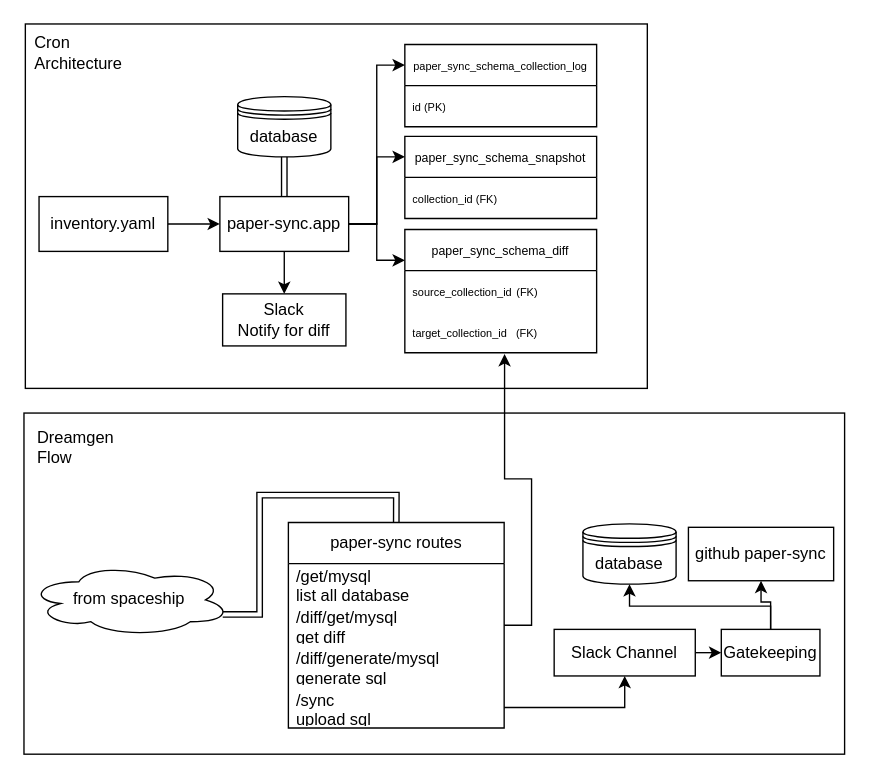
Above: paper-sync-dreamgen/paper-sync.drawio in mohamadfhatir/diagram (draw.io), before the change. Source tidied: cells renumbered, new cells numbered last; positions are measured from the earlier drawing's top-left corner, leaving out a move shared by most shapes. Both pictures are drawn from the tidied source at 137%, with x=0, y=0 at pixel (23, 23).
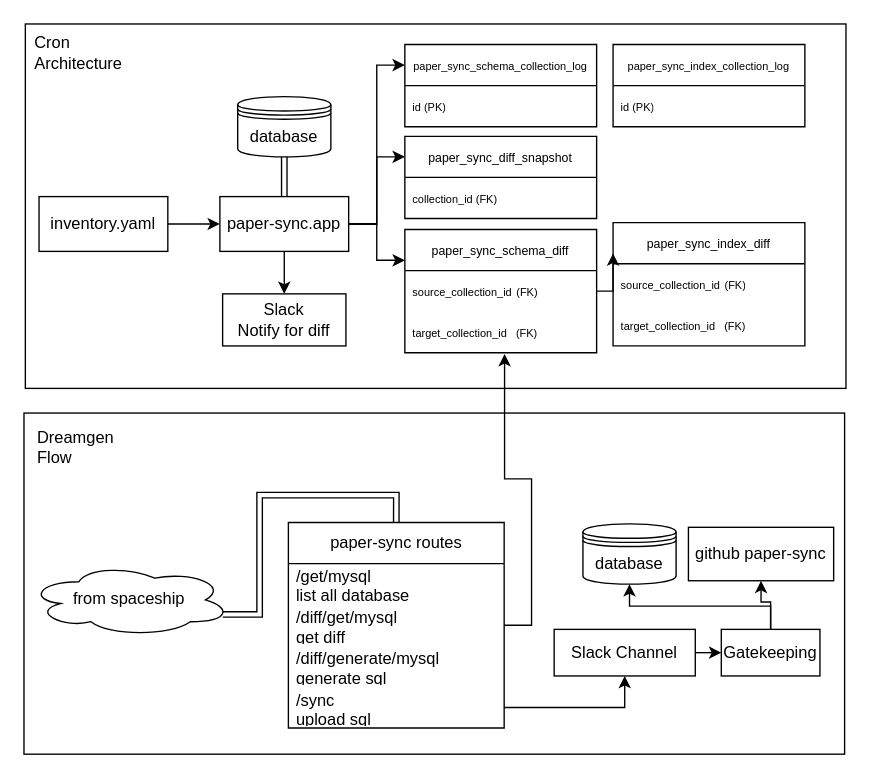
The same page after the edit.

The change refers to these unchanged cells:
```xml
<mxCell id="37" value="&lt;span&gt;&lt;/span&gt;&lt;span style=&quot;font-size: 8px; white-space-collapse: preserve;&quot;&gt;source_collection_id&lt;/span&gt;&amp;nbsp;&lt;font style=&quot;font-size: 8px;&quot;&gt;(FK)&lt;/font&gt;" style="text;strokeColor=none;fillColor=none;align=left;verticalAlign=middle;spacingLeft=4;spacingRight=4;overflow=hidden;points=[[0,0.5],[1,0.5]];portConstraint=eastwest;whiteSpace=wrap;html=1;" parent="36" vertex="1">
  <mxGeometry y="30" width="140" height="30" as="geometry" />
</mxCell>
```

Change to the diagram source:
```diff
@@
     <mxCell id="2" style="rounded=0;whiteSpace=wrap;html=1;" parent="1" vertex="1">
-      <mxGeometry x="1" width="454" height="266" as="geometry" />
+      <mxGeometry x="1" width="599" height="266" as="geometry" />
     </mxCell>
@@
-    <mxCell id="14" value="&lt;span&gt;&lt;/span&gt;&lt;span&gt;&lt;/span&gt;&lt;span&gt;&lt;/span&gt;&lt;span style=&quot;white-space-collapse: preserve;&quot;&gt;&lt;font style=&quot;font-size: 9px;&quot;&gt;paper_sync_schema_snapshot&lt;/font&gt;&lt;/span&gt;" style="swimlane;fontStyle=0;horizontal=1;startSize=30;whiteSpace=wrap;html=1;" parent="1" vertex="1">
+    <mxCell id="14" value="&lt;span&gt;&lt;/span&gt;&lt;span&gt;&lt;/span&gt;&lt;span&gt;&lt;/span&gt;&lt;span style=&quot;white-space-collapse: preserve;&quot;&gt;&lt;font style=&quot;font-size: 9px;&quot;&gt;paper_sync_diff_snapshot&lt;/font&gt;&lt;/span&gt;" style="swimlane;fontStyle=0;horizontal=1;startSize=30;whiteSpace=wrap;html=1;" parent="1" vertex="1">
       <mxGeometry x="278" y="82" width="140" height="60" as="geometry" />
     </mxCell>
@@
+    <mxCell id="40" value="&lt;span&gt;&lt;/span&gt;&lt;span&gt;&lt;/span&gt;&lt;span style=&quot;white-space-collapse: preserve;&quot;&gt;&lt;font style=&quot;font-size: 8px;&quot;&gt;paper_sync_index_collection_log&lt;/font&gt;&lt;/span&gt;" style="swimlane;fontStyle=0;horizontal=1;startSize=30;whiteSpace=wrap;html=1;" parent="1" vertex="1">
+      <mxGeometry x="430" y="15" width="140" height="60" as="geometry" />
+    </mxCell>
+    <mxCell id="41" value="&lt;span&gt;&lt;/span&gt;&lt;span&gt;&lt;/span&gt;&lt;span style=&quot;white-space-collapse: preserve;&quot;&gt;&lt;font style=&quot;font-size: 8px;&quot;&gt;id (PK)&lt;/font&gt;&lt;/span&gt;" style="text;strokeColor=none;fillColor=none;align=left;verticalAlign=middle;spacingLeft=4;spacingRight=4;overflow=hidden;whiteSpace=wrap;html=1;" parent="40" vertex="1">
+      <mxGeometry y="30" width="140" height="30" as="geometry" />
+    </mxCell>
+    <mxCell id="42" value="&lt;span&gt;&lt;/span&gt;&lt;span&gt;&lt;/span&gt;&lt;span&gt;&lt;/span&gt;&lt;span style=&quot;white-space-collapse: preserve;&quot;&gt;&lt;font style=&quot;font-size: 9px;&quot;&gt;paper_sync_index_diff&lt;/font&gt;&lt;/span&gt;" style="swimlane;fontStyle=0;horizontal=1;startSize=30;whiteSpace=wrap;html=1;" parent="1" vertex="1">
+      <mxGeometry x="430" y="145" width="140" height="90" as="geometry" />
+    </mxCell>
+    <mxCell id="43" value="&lt;span&gt;&lt;/span&gt;&lt;span style=&quot;font-size: 8px; white-space-collapse: preserve;&quot;&gt;source_collection_id&lt;/span&gt;&amp;nbsp;&lt;font style=&quot;font-size: 8px;&quot;&gt;(FK)&lt;/font&gt;" style="text;strokeColor=none;fillColor=none;align=left;verticalAlign=middle;spacingLeft=4;spacingRight=4;overflow=hidden;whiteSpace=wrap;html=1;" parent="42" vertex="1">
+      <mxGeometry y="30" width="140" height="30" as="geometry" />
+    </mxCell>
+    <mxCell id="44" value="&lt;span&gt;&lt;/span&gt;&lt;span style=&quot;font-size: 8px; white-space-collapse: preserve;&quot;&gt;target_collection_id&lt;/span&gt;&amp;nbsp; &lt;font style=&quot;font-size: 8px;&quot;&gt;(FK)&lt;/font&gt;" style="text;strokeColor=none;fillColor=none;align=left;verticalAlign=middle;spacingLeft=4;spacingRight=4;overflow=hidden;whiteSpace=wrap;html=1;" parent="42" vertex="1">
+      <mxGeometry y="60" width="140" height="30" as="geometry" />
+    </mxCell>
+    <mxCell id="45" style="edgeStyle=orthogonalEdgeStyle;rounded=0;jettySize=auto;html=1;exitX=1;exitY=0.5;exitDx=0;exitDy=0;entryX=0;entryY=0.25;entryDx=0;entryDy=0;" parent="1" edge="1" source="37" target="42">
+      <mxGeometry relative="1" as="geometry" />
+    </mxCell>
```
